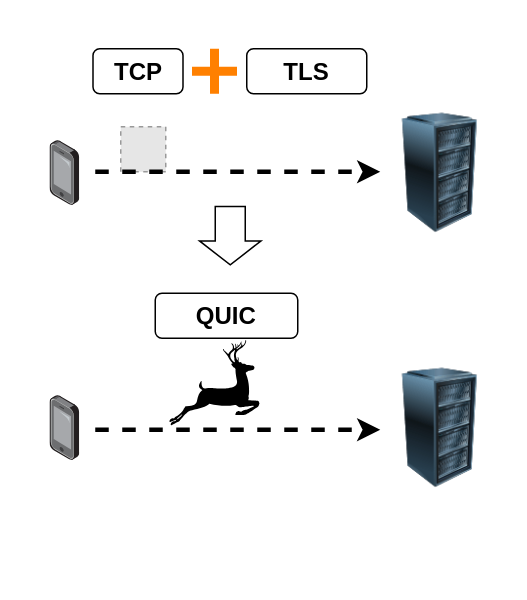
Earlier version of the draw.io diagram Paper/paper/quic.drawio (Giritan/Research). Source tidied: cells renumbered, new cells numbered last; positions are measured from the earlier drawing's top-left corner, leaving out a move shared by most shapes. Both pictures are drawn from the tidied source at 150%, with x=0, y=0 at pixel (50, 48). Pictures stored in the file or linked from it are replaced by grey dashed boxes.
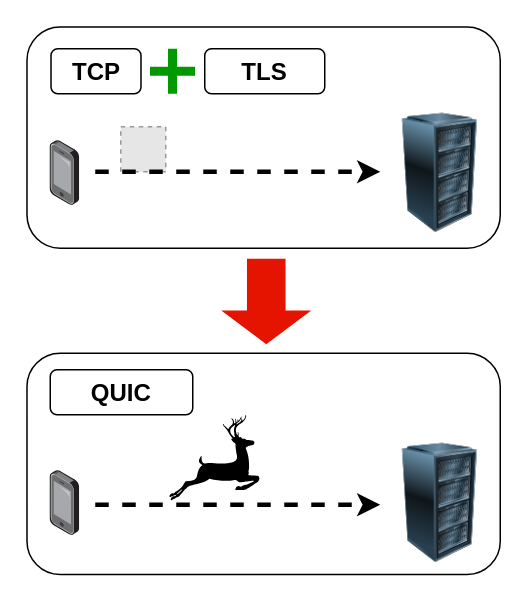
Above is the later version.

Diff of the diagram source:
```diff
@@
+    <mxCell id="15" style="group;" parent="1" vertex="1">
+      <mxGeometry x="-15.5" y="203" width="315.5" height="147.5" as="geometry" />
+    </mxCell>
+    <mxCell id="16" style="rounded=1;whiteSpace=wrap;html=1;" parent="15" vertex="1">
+      <mxGeometry width="315.5" height="147.5" as="geometry" />
+    </mxCell>
+    <mxCell id="7" value="&lt;font style=&quot;font-size: 16px;&quot;&gt;&lt;b style=&quot;&quot;&gt;QUIC&lt;/b&gt;&lt;/font&gt;" style="rounded=1;whiteSpace=wrap;html=1;" parent="15" vertex="1">
+      <mxGeometry x="15.5" y="11" width="95" height="30" as="geometry" />
+    </mxCell>
+    <mxCell id="10" style="image;html=1;image=img/lib/clip_art/computers/Server_Rack_128x128.png;" parent="15" vertex="1">
+      <mxGeometry x="235.5" y="60" width="80" height="80" as="geometry" />
+    </mxCell>
+    <mxCell id="11" style="image;html=1;align=center;shadow=0;dashed=0;image=img/lib/allied_telesis/computer_and_terminals/Smartphone.svg;" parent="15" vertex="1">
+      <mxGeometry x="15.5" y="78.4" width="19.8" height="43.2" as="geometry" />
+    </mxCell>
+    <mxCell id="12" style="endArrow=classic;html=1;rounded=0;strokeWidth=3;dashed=1;" parent="15" edge="1">
+      <mxGeometry relative="1" as="geometry">
+        <mxPoint x="45.5" y="101" as="sourcePoint" />
+        <mxPoint x="235.5" y="101" as="targetPoint" />
+      </mxGeometry>
+    </mxCell>
+    <mxCell id="13" style="shape=mxgraph.signs.animals.deer_2;html=1;fillColor=#000000;strokeColor=none;verticalLabelPosition=bottom;verticalAlign=top;align=center;" parent="15" vertex="1">
+      <mxGeometry x="95" y="41" width="60" height="57" as="geometry" />
+    </mxCell>
+    <mxCell id="17" style="group;" parent="1" vertex="1">
+      <mxGeometry x="-15.5" y="-14.5" width="315.5" height="147.5" as="geometry" />
+    </mxCell>
+    <mxCell id="18" style="rounded=1;whiteSpace=wrap;html=1;" parent="17" vertex="1">
+      <mxGeometry width="315.5" height="147.5" as="geometry" />
+    </mxCell>
-    <mxCell id="2" style="image;html=1;image=img/lib/clip_art/computers/Server_Rack_128x128.png;" parent="1" vertex="1">
-      <mxGeometry x="220" y="43" width="80" height="80" as="geometry" />
+    <mxCell id="2" style="image;html=1;image=img/lib/clip_art/computers/Server_Rack_128x128.png;" parent="17" vertex="1">
+      <mxGeometry x="235.5" y="57.5" width="80" height="80" as="geometry" />
     </mxCell>
-    <mxCell id="3" style="image;html=1;align=center;shadow=0;dashed=0;image=img/lib/allied_telesis/computer_and_terminals/Smartphone.svg;" parent="1" vertex="1">
-      <mxGeometry y="61.4" width="19.8" height="43.2" as="geometry" />
+    <mxCell id="3" style="image;html=1;align=center;shadow=0;dashed=0;image=img/lib/allied_telesis/computer_and_terminals/Smartphone.svg;" parent="17" vertex="1">
+      <mxGeometry x="15.5" y="75.9" width="19.8" height="43.2" as="geometry" />
     </mxCell>
-    <mxCell id="4" value="&lt;font style=&quot;font-size: 16px;&quot;&gt;&lt;b style=&quot;&quot;&gt;TCP&lt;/b&gt;&lt;/font&gt;" style="rounded=1;whiteSpace=wrap;html=1;" parent="1" vertex="1">
-      <mxGeometry x="28.5" width="60" height="30" as="geometry" />
+    <mxCell id="4" value="&lt;font style=&quot;font-size: 16px;&quot;&gt;&lt;b style=&quot;&quot;&gt;TCP&lt;/b&gt;&lt;/font&gt;" style="rounded=1;whiteSpace=wrap;html=1;" parent="17" vertex="1">
+      <mxGeometry x="16" y="14.5" width="60" height="30" as="geometry" />
     </mxCell>
-    <mxCell id="5" style="shape=cross;whiteSpace=wrap;html=1;fillColor=#FF8000;strokeColor=none;" parent="1" vertex="1">
-      <mxGeometry x="94.5" width="30" height="30" as="geometry" />
+    <mxCell id="5" style="shape=cross;whiteSpace=wrap;html=1;fillColor=#009900;strokeColor=none;" parent="17" vertex="1">
+      <mxGeometry x="82" y="14.5" width="30" height="30" as="geometry" />
     </mxCell>
-    <mxCell id="6" value="&lt;font style=&quot;font-size: 16px;&quot;&gt;&lt;b style=&quot;&quot;&gt;TLS&lt;/b&gt;&lt;/font&gt;" style="rounded=1;whiteSpace=wrap;html=1;" parent="1" vertex="1">
-      <mxGeometry x="131" width="80" height="30" as="geometry" />
+    <mxCell id="6" value="&lt;font style=&quot;font-size: 16px;&quot;&gt;&lt;b style=&quot;&quot;&gt;TLS&lt;/b&gt;&lt;/font&gt;" style="rounded=1;whiteSpace=wrap;html=1;" parent="17" vertex="1">
+      <mxGeometry x="118.5" y="14.5" width="80" height="30" as="geometry" />
     </mxCell>
-    <mxCell id="7" value="&lt;font style=&quot;font-size: 16px;&quot;&gt;&lt;b style=&quot;&quot;&gt;QUIC&lt;/b&gt;&lt;/font&gt;" style="rounded=1;whiteSpace=wrap;html=1;" parent="1" vertex="1">
-      <mxGeometry x="70" y="163" width="95" height="30" as="geometry" />
-    </mxCell>
-    <mxCell id="8" style="fillColor=#E6E6E6;strokeColor=#999999;dashed=1;html=1;verticalAlign=top;verticalLabelPosition=bottom;labelBackgroundColor=#ffffff;" parent="1" vertex="1">
-      <mxGeometry x="47" y="52" width="30" height="30" as="geometry" />
+    <mxCell id="8" style="fillColor=#E6E6E6;strokeColor=#999999;dashed=1;html=1;verticalAlign=top;verticalLabelPosition=bottom;labelBackgroundColor=#ffffff;" parent="17" vertex="1">
+      <mxGeometry x="62.5" y="66.5" width="30" height="30" as="geometry" />
     </mxCell>
-    <mxCell id="9" style="endArrow=classic;html=1;rounded=0;strokeWidth=3;dashed=1;" parent="1" edge="1">
+    <mxCell id="9" style="endArrow=classic;html=1;rounded=0;strokeWidth=3;dashed=1;" parent="17" edge="1">
       <mxGeometry relative="1" as="geometry">
-        <mxPoint x="30" y="82" as="sourcePoint" />
-        <mxPoint x="220" y="82" as="targetPoint" />
+        <mxPoint x="45.5" y="96.5" as="sourcePoint" />
+        <mxPoint x="235.5" y="96.5" as="targetPoint" />
       </mxGeometry>
     </mxCell>
-    <mxCell id="10" style="image;html=1;image=img/lib/clip_art/computers/Server_Rack_128x128.png;" parent="1" vertex="1">
-      <mxGeometry x="220" y="213" width="80" height="80" as="geometry" />
-    </mxCell>
-    <mxCell id="11" style="image;html=1;align=center;shadow=0;dashed=0;image=img/lib/allied_telesis/computer_and_terminals/Smartphone.svg;" parent="1" vertex="1">
-      <mxGeometry y="231.4" width="19.8" height="43.2" as="geometry" />
-    </mxCell>
-    <mxCell id="12" style="endArrow=classic;html=1;rounded=0;strokeWidth=3;dashed=1;" parent="1" edge="1">
-      <mxGeometry relative="1" as="geometry">
-        <mxPoint x="30" y="254" as="sourcePoint" />
-        <mxPoint x="220" y="254" as="targetPoint" />
-      </mxGeometry>
-    </mxCell>
-    <mxCell id="13" style="shape=mxgraph.signs.animals.deer_2;html=1;fillColor=#000000;strokeColor=none;verticalLabelPosition=bottom;verticalAlign=top;align=center;" parent="1" vertex="1">
-      <mxGeometry x="79.5" y="194" width="60" height="57" as="geometry" />
-    </mxCell>
-    <mxCell id="14" style="shape=flexArrow;endArrow=classic;html=1;rounded=0;width=20;endSize=5;" parent="1" edge="1">
-      <mxGeometry relative="1" as="geometry">
-        <mxPoint x="120" y="104.6" as="sourcePoint" />
-        <mxPoint x="120" y="144.6" as="targetPoint" />
-      </mxGeometry>
-    </mxCell>
+    <mxCell id="19" style="shape=mxgraph.arrows.arrow_down;html=1;verticalLabelPosition=bottom;verticalAlign=top;strokeWidth=2;strokeColor=none;fillColor=#e51400;fontColor=#ffffff;" parent="1" vertex="1">
+      <mxGeometry x="114" y="140" width="60" height="57" as="geometry" />
+    </mxCell>
```
